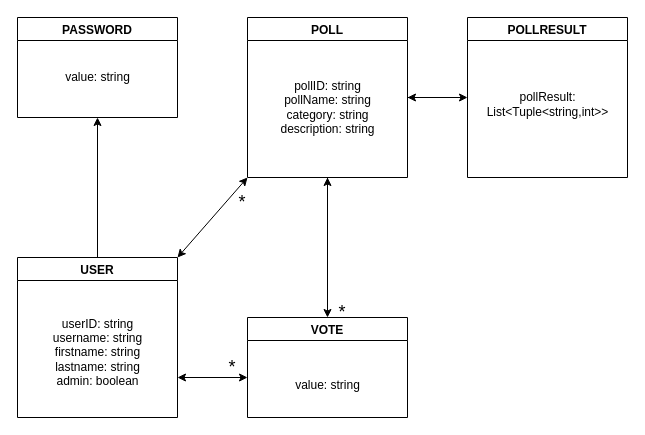
This is Assignments/AssignmentA/DomainModel/DomainModel.drawio from LisaEliassen/DAT250_Project, a draw.io file, before an edit. Source tidied: cells renumbered, new cells numbered last; positions are measured from the earlier drawing's top-left corner, leaving out a move shared by most shapes. Both pictures are drawn from the tidied source at 100%, with x=0, y=0 at pixel (17, 17).
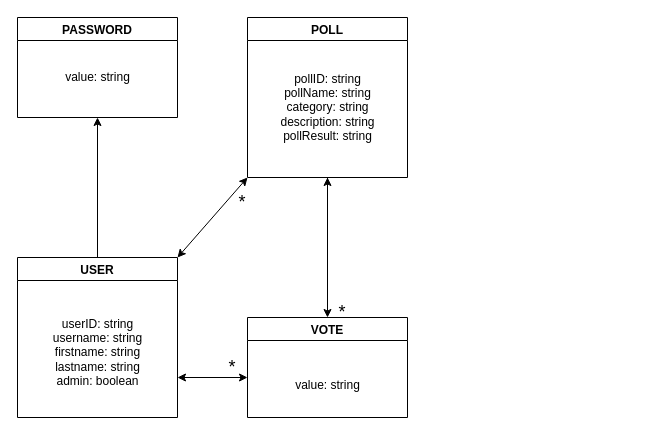
After the change.

Commit message (it also covers changes not shown here):
Refactoring and update of domain model

The change refers to these unchanged cells:
```xml
<mxCell id="5" value="POLL" style="swimlane;" parent="1" vertex="1">
  <mxGeometry x="230" width="160" height="160" as="geometry" />
</mxCell>
```

Change to the diagram source:
```diff
@@
-    <mxCell id="4" style="edgeStyle=orthogonalEdgeStyle;rounded=0;jettySize=auto;html=1;exitX=1;exitY=0.5;exitDx=0;exitDy=0;entryX=0;entryY=0.5;entryDx=0;entryDy=0;" parent="1" edge="1" source="5" target="10">
-      <mxGeometry relative="1" as="geometry" />
-    </mxCell>
@@
-    <mxCell id="6" value="pollID: string&lt;br&gt;pollName: string&lt;br&gt;category: string&lt;br&gt;description: string" style="text;html=1;align=center;verticalAlign=middle;strokeColor=none;fillColor=none;" parent="5" vertex="1">
-      <mxGeometry x="20" y="55" width="120" height="70" as="geometry" />
+    <mxCell id="6" value="pollID: string&lt;br&gt;pollName: string&lt;br&gt;category: string&lt;br&gt;description: string&lt;br&gt;pollResult: string" style="text;html=1;align=center;verticalAlign=middle;strokeColor=none;fillColor=none;" parent="5" vertex="1">
+      <mxGeometry x="20" y="45" width="120" height="90" as="geometry" />
     </mxCell>
@@
-    <mxCell id="10" value="POLLRESULT" style="swimlane;" parent="1" vertex="1">
-      <mxGeometry x="450" width="160" height="160" as="geometry" />
-    </mxCell>
-    <mxCell id="11" value="&lt;br&gt;pollResult: &lt;br&gt;List&amp;lt;Tuple&amp;lt;string,int&amp;gt;&amp;gt;" style="text;html=1;align=center;verticalAlign=middle;strokeColor=none;fillColor=none;" parent="10" vertex="1">
-      <mxGeometry x="5" y="50" width="150" height="60" as="geometry" />
-    </mxCell>
@@
-    <mxCell id="14" style="endArrow=classic;html=1;rounded=0;entryX=1;entryY=0.5;entryDx=0;entryDy=0;" parent="1" edge="1" target="5">
-      <mxGeometry relative="1" as="geometry">
-        <mxPoint x="420" y="80" as="sourcePoint" />
-      </mxGeometry>
-    </mxCell>
```
